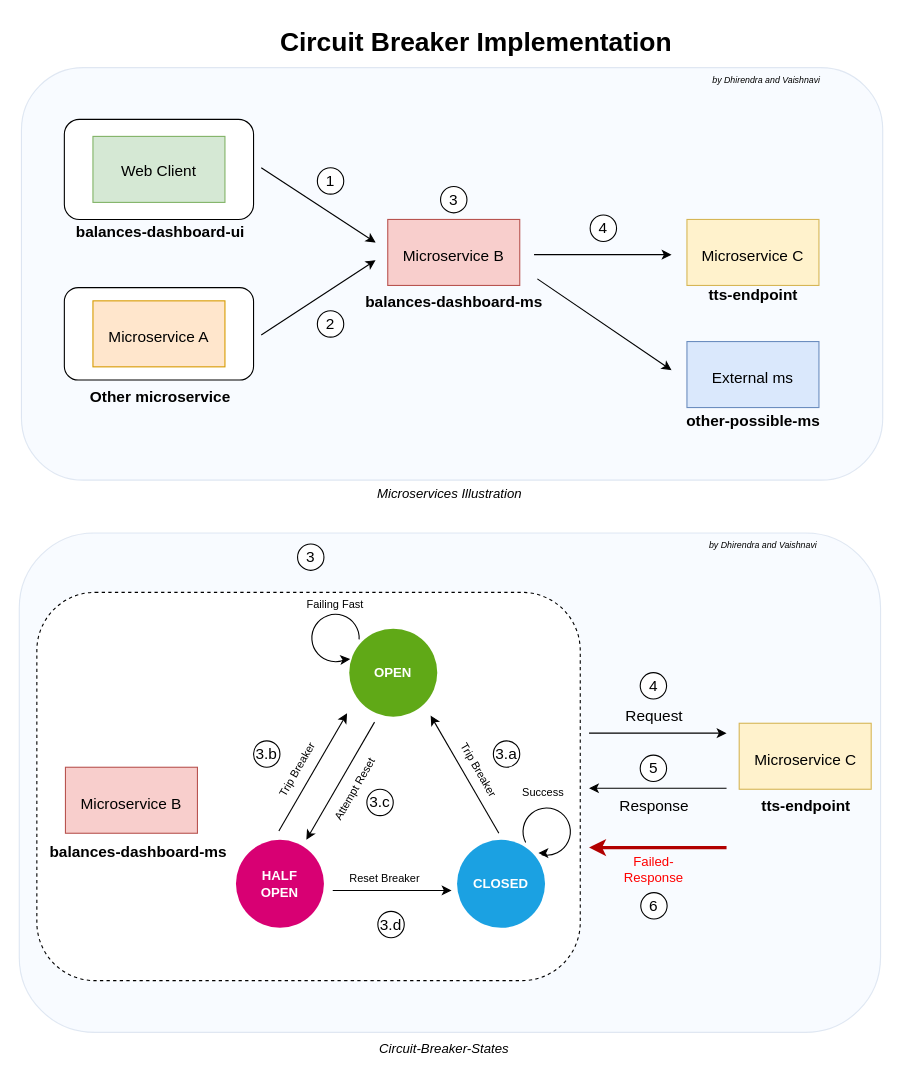
This is Circuit Breaker.drawio from hanisntsolo/draw.ios, a draw.io file, before an edit. Source tidied: cells renumbered, new cells numbered last; positions are measured from the earlier drawing's top-left corner, leaving out a move shared by most shapes. Both pictures are drawn from the tidied source at 110%, with x=0, y=0 at pixel (19, 19).
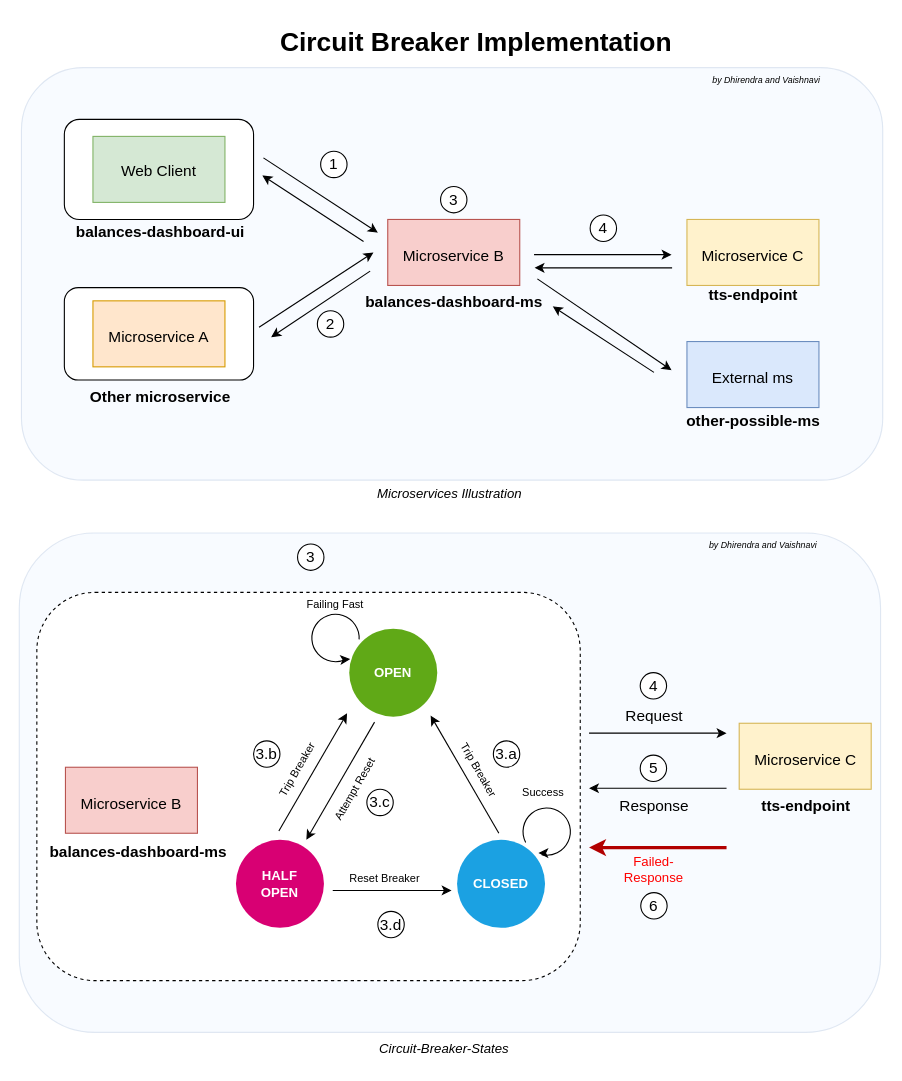
The same diagram, later.

Diff of the diagram source:
```diff
@@
     <mxCell id="15" style="endArrow=classic;html=1;rounded=0;fontSize=14;" parent="1" edge="1">
       <mxGeometry relative="1" as="geometry">
-        <mxPoint x="220" y="135" as="sourcePoint" />
-        <mxPoint x="324" y="203" as="targetPoint" />
+        <mxPoint x="222" y="126" as="sourcePoint" />
+        <mxPoint x="326" y="194" as="targetPoint" />
       </mxGeometry>
     </mxCell>
     <mxCell id="16" style="endArrow=classic;html=1;rounded=0;fontSize=14;" parent="1" edge="1">
       <mxGeometry relative="1" as="geometry">
-        <mxPoint x="220" y="287" as="sourcePoint" />
-        <mxPoint x="324" y="219" as="targetPoint" />
+        <mxPoint x="218" y="280" as="sourcePoint" />
+        <mxPoint x="322" y="212" as="targetPoint" />
       </mxGeometry>
     </mxCell>
@@
     <mxCell id="20" value="1" style="ellipse;whiteSpace=wrap;html=1;fontSize=14;" parent="1" vertex="1">
-      <mxGeometry x="271" y="135" width="24" height="24" as="geometry" />
+      <mxGeometry x="274" y="120" width="24" height="24" as="geometry" />
     </mxCell>
@@
+    <mxCell id="65" style="endArrow=classic;html=1;rounded=0;fontSize=14;" parent="1" edge="1">
+      <mxGeometry relative="1" as="geometry">
+        <mxPoint x="593.5" y="226" as="sourcePoint" />
+        <mxPoint x="468.5" y="226" as="targetPoint" />
+      </mxGeometry>
+    </mxCell>
+    <mxCell id="66" style="endArrow=classic;html=1;rounded=0;fontSize=14;" parent="1" edge="1">
+      <mxGeometry relative="1" as="geometry">
+        <mxPoint x="319" y="229" as="sourcePoint" />
+        <mxPoint x="229" y="289" as="targetPoint" />
+      </mxGeometry>
+    </mxCell>
+    <mxCell id="67" style="endArrow=classic;html=1;rounded=0;fontSize=14;" parent="1" edge="1">
+      <mxGeometry relative="1" as="geometry">
+        <mxPoint x="313" y="202" as="sourcePoint" />
+        <mxPoint x="221" y="142" as="targetPoint" />
+      </mxGeometry>
+    </mxCell>
+    <mxCell id="68" style="endArrow=classic;html=1;rounded=0;fontSize=14;" parent="1" edge="1">
+      <mxGeometry relative="1" as="geometry">
+        <mxPoint x="577" y="321" as="sourcePoint" />
+        <mxPoint x="485" y="261" as="targetPoint" />
+      </mxGeometry>
+    </mxCell>
```
